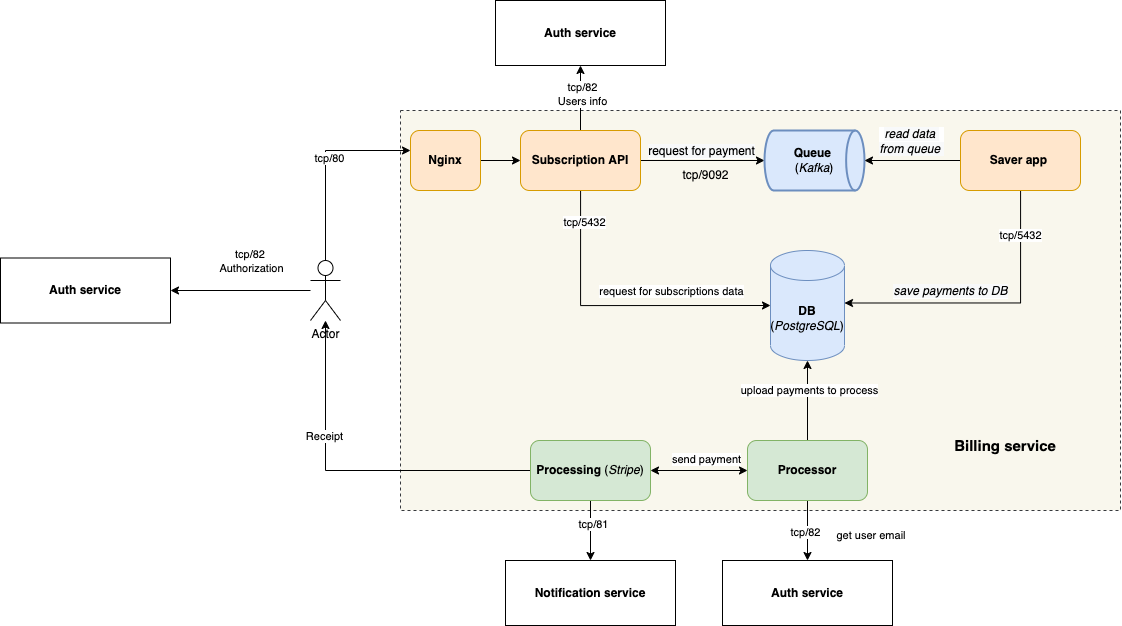
Before: scheme/billing_scheme.png, a diagram exported from draw.io (NataliaLaktyushkina/billing_service). Source tidied: cells renumbered, new cells last; positions are measured from the earlier drawing's top-left corner, leaving out a move shared by most shapes.
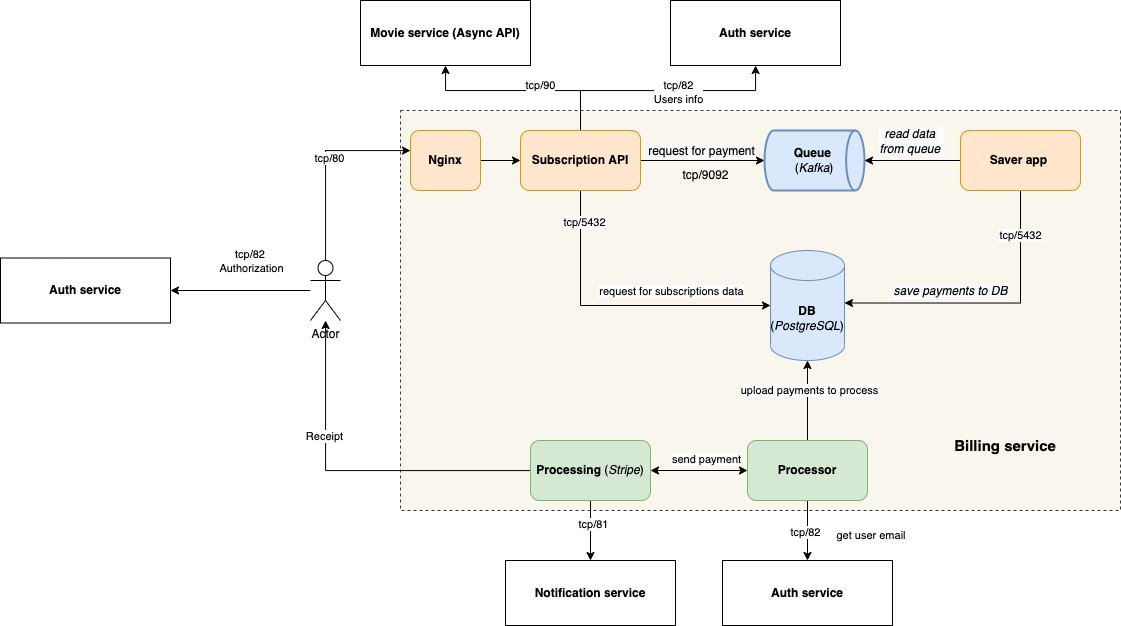
Above is the later version.

The edit, as a diff of the source:
```diff
@@ -29,11 +29,29 @@
       <mxGeometry x="-0.8" y="3" relative="1" as="geometry" />
     </mxCell>
     <mxCell id="8" style="edgeStyle=orthogonalEdgeStyle;rounded=0;jettySize=auto;html=1;fontSize=11;startArrow=none;startFill=0;" parent="1" edge="1" source="10" target="44">
-      <mxGeometry relative="1" as="geometry" />
+      <mxGeometry relative="1" as="geometry">
+        <Array as="points">
+          <mxPoint x="580" y="90" />
+          <mxPoint x="755" y="90" />
+        </Array>
+      </mxGeometry>
     </mxCell>
     <mxCell id="9" value="tcp/82&lt;br&gt;Users info" style="edgeLabel;html=1;align=center;verticalAlign=middle;fontSize=11;" parent="8" vertex="1">
       <mxGeometry x="0.14" y="-1" relative="1" as="geometry" />
     </mxCell>
+    <mxCell id="45" style="edgeStyle=orthogonalEdgeStyle;rounded=0;jettySize=auto;html=1;entryX=0.5;entryY=1;entryDx=0;entryDy=0;fontSize=11;startArrow=none;startFill=0;" parent="1" edge="1" source="10" target="47">
+      <mxGeometry relative="1" as="geometry">
+        <Array as="points">
+          <mxPoint x="580" y="90" />
+          <mxPoint x="445" y="90" />
+        </Array>
+      </mxGeometry>
+    </mxCell>
+    <mxCell id="46" value="tcp/90" style="edgeLabel;html=1;align=center;verticalAlign=middle;fontSize=11;" parent="45" vertex="1">
+      <mxGeometry x="-0.19" y="-6" relative="1" as="geometry">
+        <mxPoint x="1" as="offset" />
+      </mxGeometry>
+    </mxCell>
     <mxCell id="10" value="&lt;b&gt;Subscription API&lt;/b&gt;" style="rounded=1;whiteSpace=wrap;html=1;fillColor=#ffe6cc;strokeColor=#d79b00;" parent="1" vertex="1">
       <mxGeometry x="520" y="130" width="120" height="60" as="geometry" />
     </mxCell>
@@ -161,7 +179,10 @@
       <mxGeometry y="257.5" width="170" height="65" as="geometry" />
     </mxCell>
     <mxCell id="44" value="&lt;b&gt;Auth service&lt;/b&gt;" style="rounded=0;whiteSpace=wrap;html=1;" parent="1" vertex="1">
-      <mxGeometry x="495" width="170" height="65" as="geometry" />
+      <mxGeometry x="670" width="170" height="65" as="geometry" />
     </mxCell>
+    <mxCell id="47" value="&lt;b&gt;Movie service (Async API)&lt;/b&gt;" style="rounded=0;whiteSpace=wrap;html=1;" parent="1" vertex="1">
+      <mxGeometry x="360" width="170" height="65" as="geometry" />
+    </mxCell>
   </root>
 </mxGraphModel>
```
